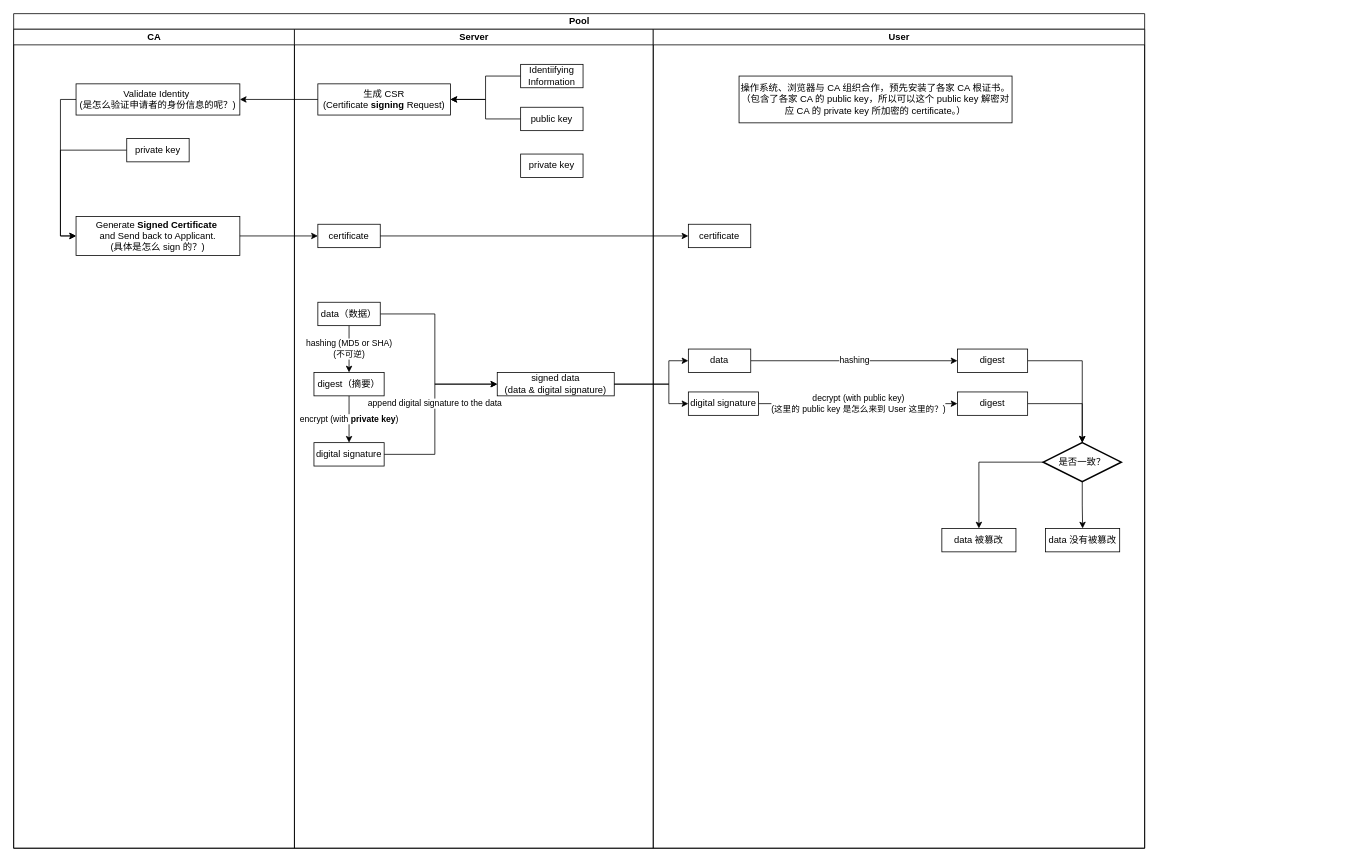
Earlier version of the draw.io diagram HTTPS 与数字签名.drawio (kevinfszu/draw.io-diagram). Source tidied: cells renumbered, new cells numbered last; positions are measured from the earlier drawing's top-left corner, leaving out a move shared by most shapes. Both pictures are drawn from the tidied source at 78%, with x=0, y=0 at pixel (13, 13).
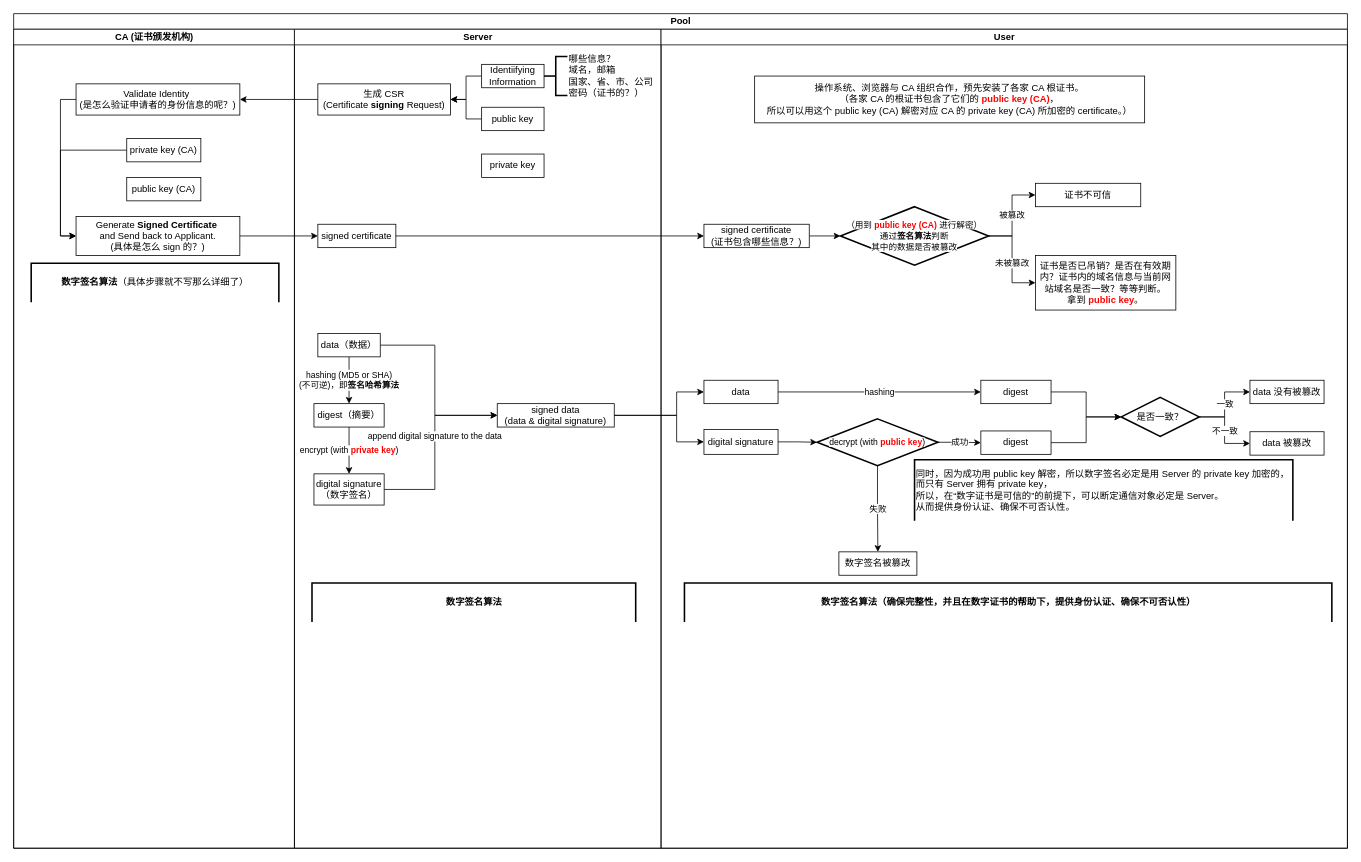
After the change.

Commit message:
更新HTTPS 与数字签名.drawio

Unchanged cells that the change refers to:
```xml
<mxCell id="5" value="Validate Identity&amp;nbsp;&lt;br&gt;(是怎么验证申请者的身份信息的呢？)" style="whiteSpace=wrap;html=1;" parent="3" vertex="1">
  <mxGeometry x="80" y="70" width="210" height="40" as="geometry" />
</mxCell>
<mxCell id="8" value="Generate &lt;b&gt;Signed Certificate&lt;/b&gt;&amp;nbsp;&lt;br&gt;and Send back to Applicant.&lt;br&gt;(具体是怎么 sign 的？)" style="whiteSpace=wrap;html=1;" parent="3" vertex="1">
  <mxGeometry x="80" y="240" width="210" height="50" as="geometry" />
</mxCell>
<mxCell id="20" value="生成 CSR &lt;br&gt;(Certificate &lt;b&gt;signing&lt;/b&gt; Request)" style="whiteSpace=wrap;html=1;" parent="9" vertex="1">
  <mxGeometry x="30" y="70" width="170" height="40" as="geometry" />
</mxCell>
```

The edit, as a diff of the source:
```diff
@@
     <mxCell id="2" value="Pool" style="swimlane;html=1;startSize=20;" parent="1" vertex="1">
-      <mxGeometry width="1450" height="1070" as="geometry" />
+      <mxGeometry width="1710" height="1070" as="geometry" />
     </mxCell>
-    <mxCell id="3" value="CA" style="swimlane;html=1;startSize=20;" parent="2" vertex="1">
+    <mxCell id="3" value="CA (证书颁发机构)" style="swimlane;html=1;startSize=20;" parent="2" vertex="1">
       <mxGeometry y="20" width="360" height="1050" as="geometry" />
     </mxCell>
@@
-    <mxCell id="7" value="private key" style="whiteSpace=wrap;html=1;" parent="3" vertex="1">
-      <mxGeometry x="145" y="140" width="80" height="30" as="geometry" />
+    <mxCell id="7" value="private key (CA)" style="whiteSpace=wrap;html=1;" parent="3" vertex="1">
+      <mxGeometry x="145" y="140" width="95" height="30" as="geometry" />
     </mxCell>
@@
+    <mxCell id="46" value="public key (CA)" style="whiteSpace=wrap;html=1;" parent="3" vertex="1">
+      <mxGeometry x="145" y="190" width="95" height="30" as="geometry" />
+    </mxCell>
+    <mxCell id="47" value="&lt;b&gt;数字签名算法&lt;/b&gt;（具体步骤就不写那么详细了）" style="strokeWidth=2;html=1;shape=mxgraph.flowchart.annotation_1;align=center;direction=south;" parent="3" vertex="1">
+      <mxGeometry x="22.5" y="300" width="317.5" height="50" as="geometry" />
+    </mxCell>
     <mxCell id="9" value="Server" style="swimlane;html=1;startSize=20;" parent="2" vertex="1">
-      <mxGeometry x="360" y="20" width="460" height="1050" as="geometry" />
+      <mxGeometry x="360" y="20" width="470" height="1050" as="geometry" />
     </mxCell>
-    <mxCell id="10" value="hashing (MD5 or SHA)&lt;br&gt;(不可逆)" style="edgeStyle=orthogonalEdgeStyle;rounded=0;jettySize=auto;html=1;exitX=0.5;exitY=1;exitDx=0;exitDy=0;entryX=0.5;entryY=0;entryDx=0;entryDy=0;" parent="9" edge="1" source="12" target="14">
+    <mxCell id="10" value="hashing (MD5 or SHA)&lt;br&gt;(不可逆)，即&lt;b&gt;签名哈希算法&lt;/b&gt;" style="edgeStyle=orthogonalEdgeStyle;rounded=0;jettySize=auto;html=1;exitX=0.5;exitY=1;exitDx=0;exitDy=0;entryX=0.5;entryY=0;entryDx=0;entryDy=0;" parent="9" edge="1" source="12" target="14">
       <mxGeometry relative="1" as="geometry" />
     </mxCell>
     <mxCell id="11" style="edgeStyle=orthogonalEdgeStyle;rounded=0;jettySize=auto;html=1;exitX=1;exitY=0.5;exitDx=0;exitDy=0;entryX=0;entryY=0.5;entryDx=0;entryDy=0;" parent="9" edge="1" source="12" target="24">
       <mxGeometry relative="1" as="geometry">
         <Array as="points">
-          <mxPoint x="180" y="365" />
-          <mxPoint x="180" y="455" />
+          <mxPoint x="180" y="405" />
+          <mxPoint x="180" y="495" />
         </Array>
       </mxGeometry>
     </mxCell>
     <mxCell id="12" value="data（数据）" style="whiteSpace=wrap;html=1;" parent="9" vertex="1">
-      <mxGeometry x="30" y="350" width="80" height="30" as="geometry" />
+      <mxGeometry x="30" y="390" width="80" height="30" as="geometry" />
     </mxCell>
-    <mxCell id="13" value="encrypt (with &lt;b&gt;private key&lt;/b&gt;)" style="edgeStyle=orthogonalEdgeStyle;rounded=0;jettySize=auto;html=1;exitX=0.5;exitY=1;exitDx=0;exitDy=0;entryX=0.5;entryY=0;entryDx=0;entryDy=0;" parent="9" edge="1" source="14" target="16">
+    <mxCell id="13" value="encrypt (with &lt;b&gt;&lt;font color=&quot;#ff0000&quot;&gt;private key&lt;/font&gt;&lt;/b&gt;)" style="edgeStyle=orthogonalEdgeStyle;rounded=0;jettySize=auto;html=1;exitX=0.5;exitY=1;exitDx=0;exitDy=0;entryX=0.5;entryY=0;entryDx=0;entryDy=0;" parent="9" edge="1" source="14" target="16">
       <mxGeometry relative="1" as="geometry" />
     </mxCell>
     <mxCell id="14" value="digest（摘要）" style="whiteSpace=wrap;html=1;" parent="9" vertex="1">
-      <mxGeometry x="25" y="440" width="90" height="30" as="geometry" />
+      <mxGeometry x="25" y="480" width="90" height="30" as="geometry" />
     </mxCell>
     <mxCell id="15" value="append&amp;nbsp;digital signature to the data" style="edgeStyle=orthogonalEdgeStyle;rounded=0;jettySize=auto;html=1;exitX=1;exitY=0.5;exitDx=0;exitDy=0;entryX=0;entryY=0.5;entryDx=0;entryDy=0;" parent="9" edge="1" source="16" target="24">
       <mxGeometry x="0.11" relative="1" as="geometry">
         <Array as="points">
-          <mxPoint x="180" y="545" />
-          <mxPoint x="180" y="455" />
+          <mxPoint x="180" y="590" />
+          <mxPoint x="180" y="495" />
         </Array>
       </mxGeometry>
     </mxCell>
-    <mxCell id="16" value="digital signature" style="whiteSpace=wrap;html=1;" parent="9" vertex="1">
-      <mxGeometry x="25" y="530" width="90" height="30" as="geometry" />
+    <mxCell id="16" value="digital signature&lt;br&gt;（数字签名）" style="whiteSpace=wrap;html=1;" parent="9" vertex="1">
+      <mxGeometry x="25" y="570" width="90" height="40" as="geometry" />
     </mxCell>
     <mxCell id="17" style="edgeStyle=orthogonalEdgeStyle;rounded=0;jettySize=auto;html=1;exitX=0;exitY=0.5;exitDx=0;exitDy=0;entryX=1;entryY=0.5;entryDx=0;entryDy=0;" parent="9" edge="1" source="18" target="20">
-      <mxGeometry relative="1" as="geometry" />
+      <mxGeometry relative="1" as="geometry">
+        <Array as="points">
+          <mxPoint x="220" y="115" />
+          <mxPoint x="220" y="90" />
+        </Array>
+      </mxGeometry>
     </mxCell>
     <mxCell id="18" value="public key" style="whiteSpace=wrap;html=1;" parent="9" vertex="1">
-      <mxGeometry x="290" y="100" width="80" height="30" as="geometry" />
+      <mxGeometry x="240" y="100" width="80" height="30" as="geometry" />
     </mxCell>
     <mxCell id="19" value="private key" style="whiteSpace=wrap;html=1;" parent="9" vertex="1">
-      <mxGeometry x="290" y="160" width="80" height="30" as="geometry" />
+      <mxGeometry x="240" y="160" width="80" height="30" as="geometry" />
     </mxCell>
@@
     <mxCell id="21" style="edgeStyle=orthogonalEdgeStyle;rounded=0;jettySize=auto;html=1;exitX=0;exitY=0.5;exitDx=0;exitDy=0;entryX=1;entryY=0.5;entryDx=0;entryDy=0;" parent="9" edge="1" source="22" target="20">
-      <mxGeometry relative="1" as="geometry" />
+      <mxGeometry relative="1" as="geometry">
+        <Array as="points">
+          <mxPoint x="220" y="60" />
+          <mxPoint x="220" y="90" />
+        </Array>
+      </mxGeometry>
     </mxCell>
     <mxCell id="22" value="Identiifying Information" style="whiteSpace=wrap;html=1;" parent="9" vertex="1">
-      <mxGeometry x="290" y="45" width="80" height="30" as="geometry" />
+      <mxGeometry x="240" y="45" width="80" height="30" as="geometry" />
     </mxCell>
-    <mxCell id="23" value="certificate" style="whiteSpace=wrap;html=1;" parent="9" vertex="1">
-      <mxGeometry x="30" y="250" width="80" height="30" as="geometry" />
+    <mxCell id="23" value="signed certificate" style="whiteSpace=wrap;html=1;" parent="9" vertex="1">
+      <mxGeometry x="30" y="250" width="100" height="30" as="geometry" />
     </mxCell>
     <mxCell id="24" value="signed data&lt;br&gt;(data &amp;amp; digital signature)" style="whiteSpace=wrap;html=1;" parent="9" vertex="1">
-      <mxGeometry x="260" y="440" width="150" height="30" as="geometry" />
+      <mxGeometry x="260" y="480" width="150" height="30" as="geometry" />
     </mxCell>
+    <mxCell id="48" value="&lt;b&gt;数字签名算法&lt;/b&gt;" style="strokeWidth=2;html=1;shape=mxgraph.flowchart.annotation_1;align=center;direction=south;" parent="9" vertex="1">
+      <mxGeometry x="22.5" y="710" width="415" height="50" as="geometry" />
+    </mxCell>
+    <mxCell id="49" value="哪些信息？&lt;br&gt;域名，邮箱&lt;br&gt;国家、省、市、公司&lt;br&gt;密码（证书的？）" style="strokeWidth=2;html=1;shape=mxgraph.flowchart.annotation_2;align=left;labelPosition=right;" parent="9" vertex="1">
+      <mxGeometry x="320" y="35" width="30" height="50" as="geometry" />
+    </mxCell>
+    <mxCell id="41" style="edgeStyle=orthogonalEdgeStyle;rounded=0;jettySize=auto;html=1;exitX=0;exitY=0.5;exitDx=0;exitDy=0;entryX=1;entryY=0.5;entryDx=0;entryDy=0;" parent="2" edge="1" source="20" target="5">
+      <mxGeometry relative="1" as="geometry" />
+    </mxCell>
+    <mxCell id="42" style="edgeStyle=orthogonalEdgeStyle;rounded=0;jettySize=auto;html=1;exitX=1;exitY=0.5;exitDx=0;exitDy=0;entryX=0;entryY=0.5;entryDx=0;entryDy=0;" parent="2" edge="1" source="8" target="23">
+      <mxGeometry relative="1" as="geometry" />
+    </mxCell>
+    <mxCell id="43" style="edgeStyle=orthogonalEdgeStyle;rounded=0;jettySize=auto;html=1;exitX=1;exitY=0.5;exitDx=0;exitDy=0;entryX=0;entryY=0.5;entryDx=0;entryDy=0;" parent="2" edge="1" source="24" target="27">
+      <mxGeometry relative="1" as="geometry">
+        <Array as="points">
+          <mxPoint x="850" y="515" />
+          <mxPoint x="850" y="485" />
+        </Array>
+      </mxGeometry>
+    </mxCell>
+    <mxCell id="44" style="edgeStyle=orthogonalEdgeStyle;rounded=0;jettySize=auto;html=1;exitX=1;exitY=0.5;exitDx=0;exitDy=0;entryX=0;entryY=0.5;entryDx=0;entryDy=0;" parent="2" edge="1" source="24" target="29">
+      <mxGeometry relative="1" as="geometry">
+        <Array as="points">
+          <mxPoint x="850" y="515" />
+          <mxPoint x="850" y="549" />
+        </Array>
+      </mxGeometry>
+    </mxCell>
+    <mxCell id="45" style="edgeStyle=orthogonalEdgeStyle;rounded=0;jettySize=auto;html=1;exitX=1;exitY=0.5;exitDx=0;exitDy=0;entryX=0;entryY=0.5;entryDx=0;entryDy=0;" parent="2" edge="1" source="23" target="39">
+      <mxGeometry relative="1" as="geometry" />
+    </mxCell>
     <mxCell id="25" value="User" style="swimlane;html=1;startSize=20;" parent="2" vertex="1">
-      <mxGeometry x="820" y="20" width="630" height="1050" as="geometry" />
+      <mxGeometry x="830" y="20" width="880" height="1050" as="geometry" />
     </mxCell>
@@
     <mxCell id="27" value="data" style="whiteSpace=wrap;html=1;" parent="25" vertex="1">
-      <mxGeometry x="45" y="410" width="80" height="30" as="geometry" />
+      <mxGeometry x="55" y="450" width="95" height="30" as="geometry" />
     </mxCell>
-    <mxCell id="28" value="decrypt (with public key)&lt;br&gt;(这里的 public key 是怎么来到 User 这里的？)" style="edgeStyle=orthogonalEdgeStyle;rounded=0;jettySize=auto;html=1;exitX=1;exitY=0.5;exitDx=0;exitDy=0;entryX=0;entryY=0.5;entryDx=0;entryDy=0;" parent="25" edge="1" source="29" target="33">
-      <mxGeometry relative="1" as="geometry" />
-    </mxCell>
+    <mxCell id="50" style="edgeStyle=orthogonalEdgeStyle;rounded=0;jettySize=auto;html=1;exitX=1;exitY=0.5;exitDx=0;exitDy=0;entryX=0;entryY=0.5;entryDx=0;entryDy=0;entryPerimeter=0;" parent="25" edge="1" source="29" target="60">
+      <mxGeometry relative="1" as="geometry" />
+    </mxCell>
-    <mxCell id="29" value="digital signature" style="whiteSpace=wrap;html=1;" parent="25" vertex="1">
-      <mxGeometry x="45" y="465" width="90" height="30" as="geometry" />
+    <mxCell id="29" value="digital signature&lt;br&gt;" style="whiteSpace=wrap;html=1;" parent="25" vertex="1">
+      <mxGeometry x="55" y="513" width="95" height="32" as="geometry" />
     </mxCell>
-    <mxCell id="30" style="edgeStyle=orthogonalEdgeStyle;rounded=0;jettySize=auto;html=1;exitX=1;exitY=0.5;exitDx=0;exitDy=0;entryX=0.5;entryY=0;entryDx=0;entryDy=0;entryPerimeter=0;" parent="25" edge="1" source="31" target="36">
+    <mxCell id="30" style="edgeStyle=orthogonalEdgeStyle;rounded=0;jettySize=auto;html=1;exitX=1;exitY=0.5;exitDx=0;exitDy=0;entryX=0;entryY=0.5;entryDx=0;entryDy=0;entryPerimeter=0;" parent="25" edge="1" source="31" target="36">
       <mxGeometry relative="1" as="geometry" />
     </mxCell>
     <mxCell id="31" value="digest" style="whiteSpace=wrap;html=1;" parent="25" vertex="1">
-      <mxGeometry x="390" y="410" width="90" height="30" as="geometry" />
+      <mxGeometry x="410" y="450" width="90" height="30" as="geometry" />
     </mxCell>
-    <mxCell id="32" style="edgeStyle=orthogonalEdgeStyle;rounded=0;jettySize=auto;html=1;exitX=1;exitY=0.5;exitDx=0;exitDy=0;entryX=0.5;entryY=0;entryDx=0;entryDy=0;entryPerimeter=0;" parent="25" edge="1" source="33" target="36">
+    <mxCell id="32" style="edgeStyle=orthogonalEdgeStyle;rounded=0;jettySize=auto;html=1;exitX=1;exitY=0.5;exitDx=0;exitDy=0;entryX=0;entryY=0.5;entryDx=0;entryDy=0;entryPerimeter=0;" parent="25" edge="1" source="33" target="36">
       <mxGeometry relative="1" as="geometry" />
     </mxCell>
     <mxCell id="33" value="digest" style="whiteSpace=wrap;html=1;" parent="25" vertex="1">
-      <mxGeometry x="390" y="465" width="90" height="30" as="geometry" />
+      <mxGeometry x="410" y="515" width="90" height="30" as="geometry" />
     </mxCell>
-    <mxCell id="34" style="edgeStyle=orthogonalEdgeStyle;rounded=0;jettySize=auto;html=1;exitX=0.5;exitY=1;exitDx=0;exitDy=0;exitPerimeter=0;entryX=0.5;entryY=0;entryDx=0;entryDy=0;" parent="25" edge="1" source="36" target="37">
+    <mxCell id="34" value="一致" style="edgeStyle=orthogonalEdgeStyle;rounded=0;jettySize=auto;html=1;exitX=1;exitY=0.5;exitDx=0;exitDy=0;exitPerimeter=0;entryX=0;entryY=0.5;entryDx=0;entryDy=0;" parent="25" edge="1" source="36" target="37">
       <mxGeometry relative="1" as="geometry" />
     </mxCell>
-    <mxCell id="35" style="edgeStyle=orthogonalEdgeStyle;rounded=0;jettySize=auto;html=1;exitX=0;exitY=0.5;exitDx=0;exitDy=0;exitPerimeter=0;entryX=0.5;entryY=0;entryDx=0;entryDy=0;" parent="25" edge="1" source="36" target="38">
+    <mxCell id="35" value="不一致" style="edgeStyle=orthogonalEdgeStyle;rounded=0;jettySize=auto;html=1;exitX=1;exitY=0.5;exitDx=0;exitDy=0;exitPerimeter=0;entryX=0;entryY=0.5;entryDx=0;entryDy=0;" parent="25" edge="1" source="36" target="38">
       <mxGeometry relative="1" as="geometry" />
     </mxCell>
     <mxCell id="36" value="是否一致？" style="strokeWidth=2;html=1;shape=mxgraph.flowchart.decision;whiteSpace=wrap;" parent="25" vertex="1">
-      <mxGeometry x="500" y="530" width="100" height="50" as="geometry" />
+      <mxGeometry x="590" y="472" width="100" height="50" as="geometry" />
     </mxCell>
     <mxCell id="37" value="data 没有被篡改" style="whiteSpace=wrap;html=1;" parent="25" vertex="1">
-      <mxGeometry x="503" y="640" width="95" height="30" as="geometry" />
+      <mxGeometry x="755" y="450" width="95" height="30" as="geometry" />
     </mxCell>
     <mxCell id="38" value="data 被篡改" style="whiteSpace=wrap;html=1;" parent="25" vertex="1">
-      <mxGeometry x="370" y="640" width="95" height="30" as="geometry" />
+      <mxGeometry x="755" y="516" width="95" height="30" as="geometry" />
     </mxCell>
+    <mxCell id="51" style="edgeStyle=orthogonalEdgeStyle;rounded=0;jettySize=auto;html=1;exitX=1;exitY=0.5;exitDx=0;exitDy=0;entryX=0;entryY=0.5;entryDx=0;entryDy=0;entryPerimeter=0;" parent="25" edge="1" source="39" target="55">
+      <mxGeometry relative="1" as="geometry" />
+    </mxCell>
-    <mxCell id="39" value="certificate" style="whiteSpace=wrap;html=1;" parent="25" vertex="1">
-      <mxGeometry x="45" y="250" width="80" height="30" as="geometry" />
+    <mxCell id="39" value="signed certificate&lt;br&gt;(证书包含哪些信息？)" style="whiteSpace=wrap;html=1;" parent="25" vertex="1">
+      <mxGeometry x="55" y="250" width="135" height="30" as="geometry" />
     </mxCell>
-    <mxCell id="40" value="操作系统、浏览器与 CA 组织合作，预先安装了各家 CA 根证书。&lt;br&gt;（包含了各家 CA 的 public key，所以可以这个 public key 解密对应 CA 的 private key 所加密的 certificate。）" style="whiteSpace=wrap;html=1;" parent="25" vertex="1">
-      <mxGeometry x="110" y="60" width="350" height="60" as="geometry" />
+    <mxCell id="40" value="操作系统、浏览器与 CA 组织合作，预先安装了各家 CA 根证书。&lt;br&gt;（各家 CA 的根证书包含了它们的 &lt;font color=&quot;#ff0000&quot;&gt;&lt;b&gt;public key (CA)&lt;/b&gt;&lt;/font&gt;，&lt;br&gt;所以可以用这个 public key&amp;nbsp;(CA)&amp;nbsp;解密对应 CA 的 private key&amp;nbsp;(CA)&amp;nbsp;所加密的 certificate。）" style="whiteSpace=wrap;html=1;" parent="25" vertex="1">
+      <mxGeometry x="120" y="60" width="500" height="60" as="geometry" />
     </mxCell>
-    <mxCell id="41" style="edgeStyle=orthogonalEdgeStyle;rounded=0;jettySize=auto;html=1;exitX=0;exitY=0.5;exitDx=0;exitDy=0;entryX=1;entryY=0.5;entryDx=0;entryDy=0;" parent="2" edge="1" source="20" target="5">
-      <mxGeometry relative="1" as="geometry" />
-    </mxCell>
-    <mxCell id="42" style="edgeStyle=orthogonalEdgeStyle;rounded=0;jettySize=auto;html=1;exitX=1;exitY=0.5;exitDx=0;exitDy=0;entryX=0;entryY=0.5;entryDx=0;entryDy=0;" parent="2" edge="1" source="8" target="23">
-      <mxGeometry relative="1" as="geometry" />
-    </mxCell>
-    <mxCell id="43" style="edgeStyle=orthogonalEdgeStyle;rounded=0;jettySize=auto;html=1;exitX=1;exitY=0.5;exitDx=0;exitDy=0;entryX=0;entryY=0.5;entryDx=0;entryDy=0;" parent="2" edge="1" source="24" target="27">
-      <mxGeometry relative="1" as="geometry">
-        <Array as="points">
-          <mxPoint x="840" y="475" />
-          <mxPoint x="840" y="445" />
-        </Array>
-      </mxGeometry>
-    </mxCell>
-    <mxCell id="44" style="edgeStyle=orthogonalEdgeStyle;rounded=0;jettySize=auto;html=1;exitX=1;exitY=0.5;exitDx=0;exitDy=0;entryX=0;entryY=0.5;entryDx=0;entryDy=0;" parent="2" edge="1" source="24" target="29">
-      <mxGeometry relative="1" as="geometry">
-        <Array as="points">
-          <mxPoint x="840" y="475" />
-          <mxPoint x="840" y="500" />
-        </Array>
-      </mxGeometry>
-    </mxCell>
-    <mxCell id="45" style="edgeStyle=orthogonalEdgeStyle;rounded=0;jettySize=auto;html=1;exitX=1;exitY=0.5;exitDx=0;exitDy=0;entryX=0;entryY=0.5;entryDx=0;entryDy=0;" parent="2" edge="1" source="23" target="39">
-      <mxGeometry relative="1" as="geometry" />
-    </mxCell>
+    <mxCell id="52" value="证书不可信" style="whiteSpace=wrap;html=1;" parent="25" vertex="1">
+      <mxGeometry x="480" y="197.5" width="135" height="30" as="geometry" />
+    </mxCell>
+    <mxCell id="53" value="被篡改" style="edgeStyle=orthogonalEdgeStyle;rounded=0;jettySize=auto;html=1;exitX=1;exitY=0.5;exitDx=0;exitDy=0;exitPerimeter=0;entryX=0;entryY=0.5;entryDx=0;entryDy=0;" parent="25" edge="1" source="55" target="52">
+      <mxGeometry relative="1" as="geometry" />
+    </mxCell>
+    <mxCell id="54" value="未被篡改" style="edgeStyle=orthogonalEdgeStyle;rounded=0;jettySize=auto;html=1;exitX=1;exitY=0.5;exitDx=0;exitDy=0;exitPerimeter=0;entryX=0;entryY=0.5;entryDx=0;entryDy=0;" parent="25" edge="1" source="55" target="56">
+      <mxGeometry x="0.09" relative="1" as="geometry" />
+    </mxCell>
+    <mxCell id="55" value="&lt;span style=&quot;font-size: 11px ; background-color: rgb(255 , 255 , 255)&quot;&gt;（用到 &lt;font color=&quot;#ff0000&quot;&gt;&lt;b&gt;public key (CA)&lt;/b&gt;&lt;/font&gt; 进行解密）&lt;br&gt;通过&lt;b&gt;签名算法&lt;/b&gt;判断&lt;br&gt;其中的数据是否被篡改&lt;/span&gt;" style="strokeWidth=2;html=1;shape=mxgraph.flowchart.decision;whiteSpace=wrap;" parent="25" vertex="1">
+      <mxGeometry x="230" y="227.5" width="190" height="75" as="geometry" />
+    </mxCell>
+    <mxCell id="56" value="证书是否已吊销？是否在有效期内？证书内的域名信息与当前网站域名是否一致？等等判断。&lt;br&gt;拿到 &lt;b&gt;&lt;font color=&quot;#ff0000&quot;&gt;public key&lt;/font&gt;&lt;/b&gt;。" style="whiteSpace=wrap;html=1;" parent="25" vertex="1">
+      <mxGeometry x="480" y="290" width="180" height="70" as="geometry" />
+    </mxCell>
+    <mxCell id="57" value="&lt;b&gt;数字签名算法（确保完整性，并且在数字证书的帮助下，&lt;/b&gt;&lt;b&gt;提供身份认证、确保不可否认性）&lt;/b&gt;" style="strokeWidth=2;html=1;shape=mxgraph.flowchart.annotation_1;align=center;direction=south;" parent="25" vertex="1">
+      <mxGeometry x="30" y="710" width="830" height="50" as="geometry" />
+    </mxCell>
+    <mxCell id="58" value="成功" style="edgeStyle=orthogonalEdgeStyle;rounded=0;jettySize=auto;html=1;exitX=1;exitY=0.5;exitDx=0;exitDy=0;exitPerimeter=0;entryX=0;entryY=0.5;entryDx=0;entryDy=0;" parent="25" edge="1" source="60" target="33">
+      <mxGeometry relative="1" as="geometry" />
+    </mxCell>
+    <mxCell id="59" value="失败" style="edgeStyle=orthogonalEdgeStyle;rounded=0;jettySize=auto;html=1;exitX=0.5;exitY=1;exitDx=0;exitDy=0;exitPerimeter=0;entryX=0.5;entryY=0;entryDx=0;entryDy=0;" parent="25" edge="1" source="60" target="61">
+      <mxGeometry relative="1" as="geometry" />
+    </mxCell>
+    <mxCell id="60" value="&lt;span style=&quot;font-size: 11px ; background-color: rgb(255 , 255 , 255)&quot;&gt;decrypt (with&amp;nbsp;&lt;/span&gt;&lt;b style=&quot;font-size: 11px&quot;&gt;&lt;font color=&quot;#ff0000&quot;&gt;public key&lt;/font&gt;&lt;/b&gt;&lt;span style=&quot;font-size: 11px ; background-color: rgb(255 , 255 , 255)&quot;&gt;)&lt;/span&gt;" style="strokeWidth=2;html=1;shape=mxgraph.flowchart.decision;whiteSpace=wrap;" parent="25" vertex="1">
+      <mxGeometry x="200" y="499.5" width="155" height="60" as="geometry" />
+    </mxCell>
+    <mxCell id="61" value="数字签名被篡改" style="whiteSpace=wrap;html=1;" parent="25" vertex="1">
+      <mxGeometry x="228" y="670" width="100" height="30" as="geometry" />
+    </mxCell>
+    <mxCell id="62" value="&lt;span style=&quot;text-align: center&quot;&gt;同时，因为成功用 public key 解密，所以数字签名必定是用 Server 的 private key 加密的，&lt;br&gt;而只有 Server 拥有 private key，&lt;br&gt;所以，在“数字证书是可信的”的前提下，可以断定通信对象必定是 Server。&lt;br&gt;从而提供身份认证、确保不可否认性。&lt;br&gt;&lt;/span&gt;" style="strokeWidth=2;html=1;shape=mxgraph.flowchart.annotation_1;align=left;direction=south;" parent="25" vertex="1">
+      <mxGeometry x="325" y="552" width="485" height="78" as="geometry" />
+    </mxCell>
```
